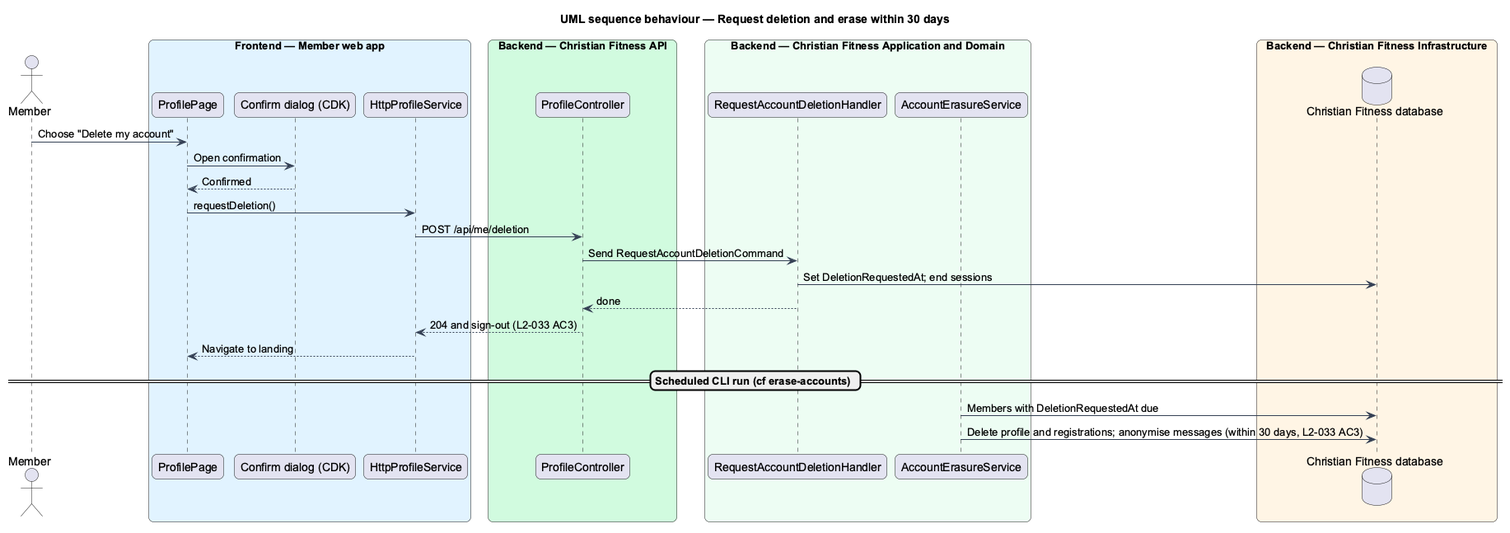
QuinntyneBrown/christian-fitness keeps this PlantUML diagram as docs/detailed-designs/security/protect-personal-data/diagrams/sequence-delete-account.png. Above is the earlier version. Its source is kept beside it as docs/detailed-designs/security/protect-personal-data/diagrams/sequence-delete-account.puml.
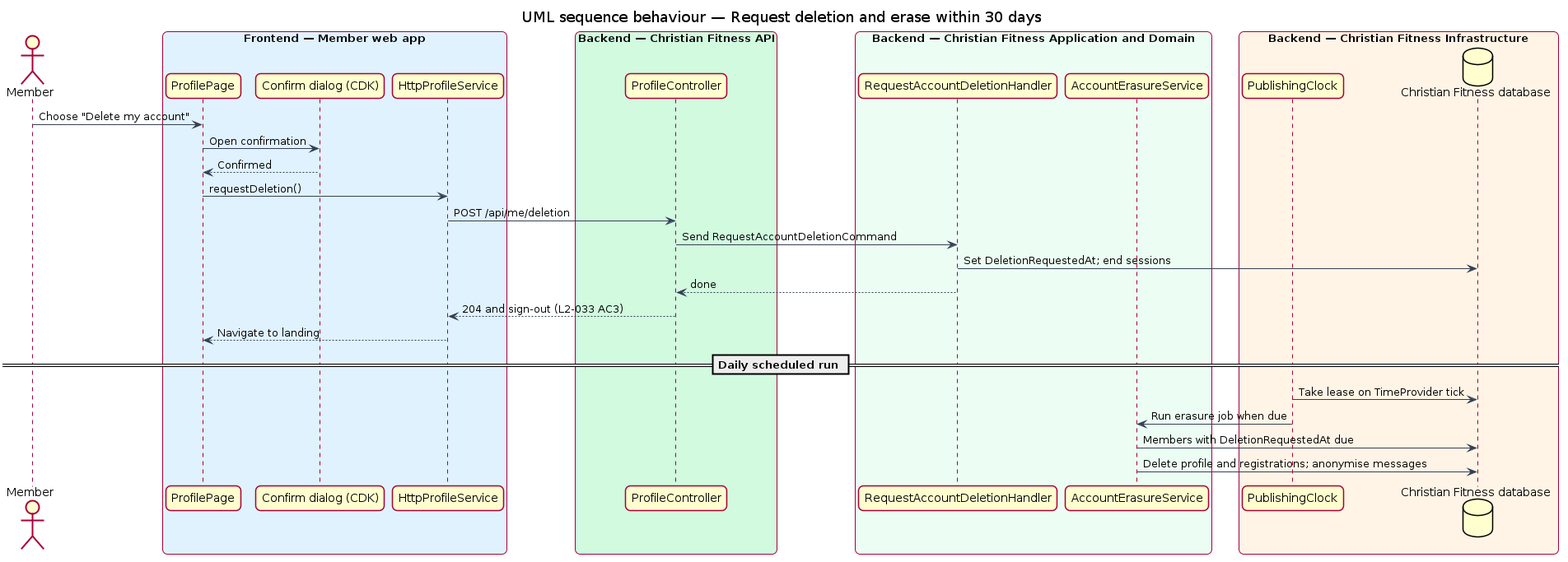
After the commit.

Diff of the diagram source:
```diff
@@ -28,6 +28,7 @@
   participant "AccountErasureService" as er
 end box
 box "Backend — Christian Fitness Infrastructure" #FFF4E5
+  participant "PublishingClock" as clock
   database "Christian Fitness database" as db
 end box
 actor -> page : Choose "Delete my account"
@@ -40,7 +41,9 @@
 h --> ctrl : done
 ctrl --> http : 204 and sign-out (L2-033 AC3)
 http --> page : Navigate to landing
-== Scheduled CLI run (cf erase-accounts) ==
+== Daily scheduled run ==
+clock -> db : Take lease on TimeProvider tick
+clock -> er : Run erasure job when due
 er -> db : Members with DeletionRequestedAt due
-er -> db : Delete profile and registrations; anonymise messages (within 30 days, L2-033 AC3)
+er -> db : Delete profile and registrations; anonymise messages
 @enduml
```
